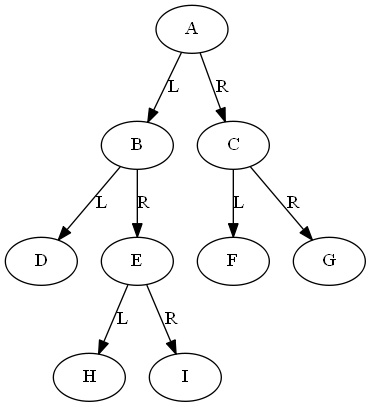
Earlier version of the Graphviz export draw_png/binary_tree.png (LuckFXY/Job). Its source is kept beside it as draw_png/binary_tree.gv. Source of this version:
```dot
digraph {
	1 [label=A]
	2 [label=B]
	1 -> 2 [label=L]
	3 [label=C]
	1 -> 3 [label=R]
	4 [label=D]
	2 -> 4 [label=L]
	5 [label=E]
	2 -> 5 [label=R]
	6 [label=F]
	3 -> 6 [label=L]
	7 [label=G]
	3 -> 7 [label=R]
	8 [label=H]
	5 -> 8 [label=L]
	9 [label=I]
	5 -> 9 [label=R]
}
```
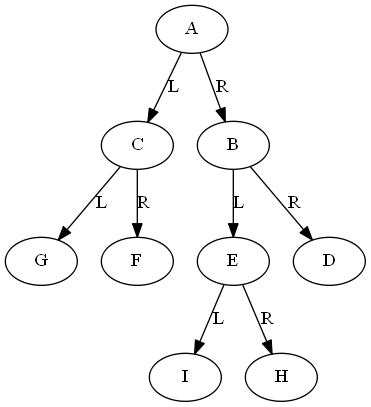
The same file after the commit.

The edit, as a diff of the source:
```diff
@@ -1,19 +1,19 @@
 digraph {
 	1 [label=A]
-	2 [label=B]
+	2 [label=C]
 	1 -> 2 [label=L]
-	3 [label=C]
+	3 [label=B]
 	1 -> 3 [label=R]
-	4 [label=D]
+	4 [label=G]
 	2 -> 4 [label=L]
-	5 [label=E]
+	5 [label=F]
 	2 -> 5 [label=R]
-	6 [label=F]
+	6 [label=E]
 	3 -> 6 [label=L]
-	7 [label=G]
+	7 [label=D]
 	3 -> 7 [label=R]
-	8 [label=H]
-	5 -> 8 [label=L]
-	9 [label=I]
-	5 -> 9 [label=R]
+	8 [label=I]
+	6 -> 8 [label=L]
+	9 [label=H]
+	6 -> 9 [label=R]
 }
```
